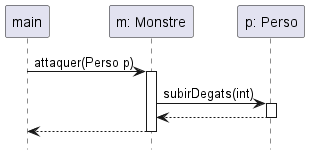
Earlier version of the PlantUML export zeldiablo/documents/version_2/diagseq_attaque.png (Erwanquilliou/2024_Zeldiablo_quilliou2u_leveque58u).
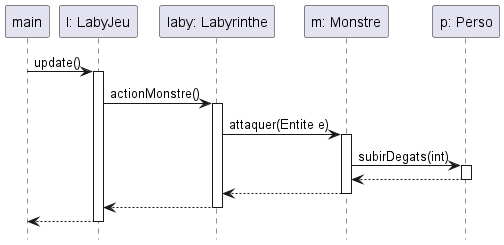
Above is the later version.

Commit message:
modif diagseq_attaque

The edit, as a diff of the source:
```diff
@@ -2,15 +2,25 @@
 hide footbox
 
 participant "main" as m
+participant "l: LabyJeu" as lj
+participant "laby: Labyrinthe" as lb
 participant "m: Monstre" as ms
 participant "p: Perso" as p
 
-m -> ms : attaquer(Perso p)
+m -> lj : update()
+activate lj
+lj -> lb : actionMonstre()
+activate lb
+lb -> ms : attaquer(Entite e)
 activate ms
 ms -> p : subirDegats(int)
 activate p
 p --> ms
 deactivate p
-ms --> m
+ms --> lb
 deactivate ms
+lb --> lj
+deactivate lb
+lj --> m
+deactivate lj
 @enduml
```
